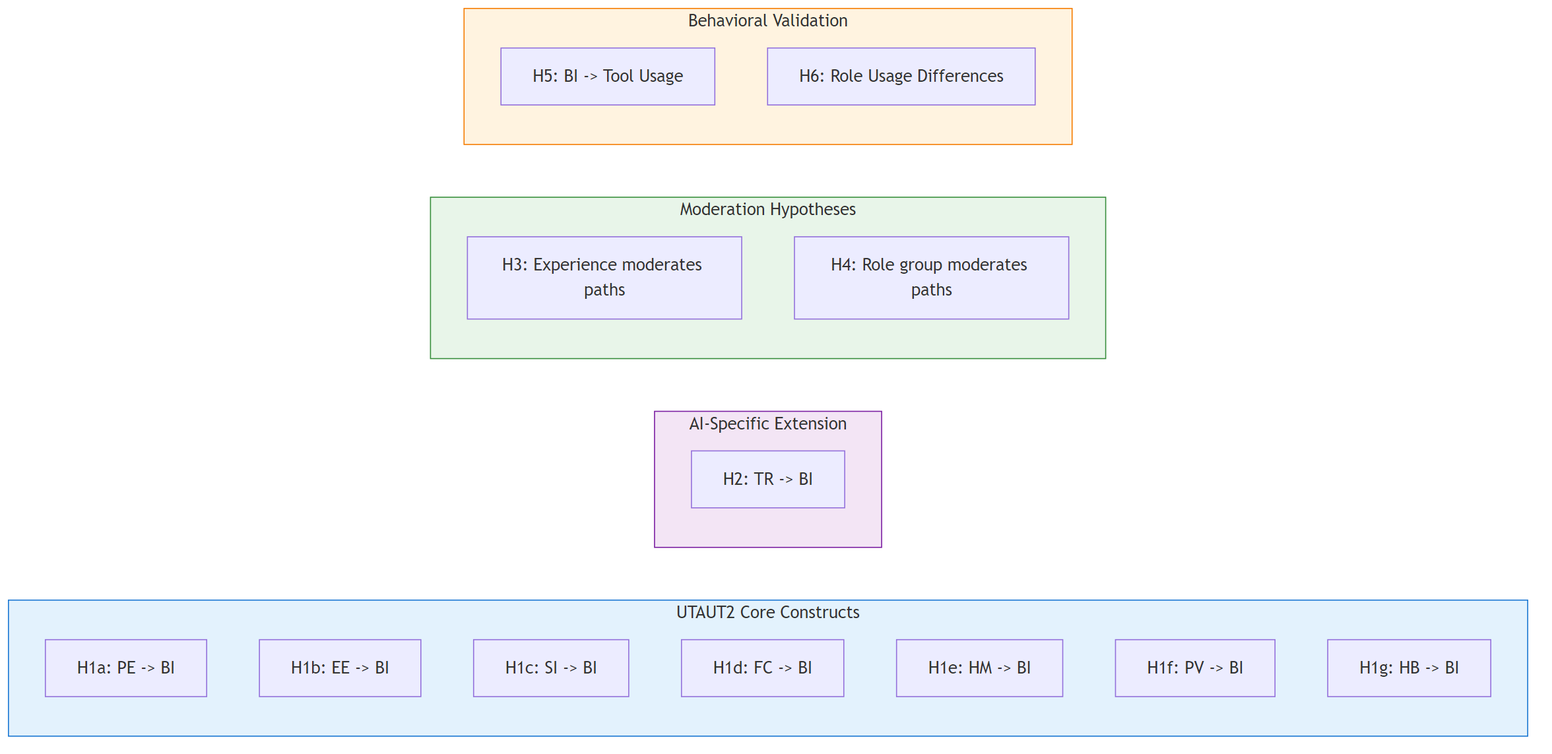
This is thesis-v2/output/mermaid/02_literature_review_diagram_2.png from fabioc-aloha/AIRS_Data_Analysis, a Mermaid export, as it was before one commit. Its source is kept beside it as thesis-v2/output/mermaid/02_literature_review_diagram_2.mmd.
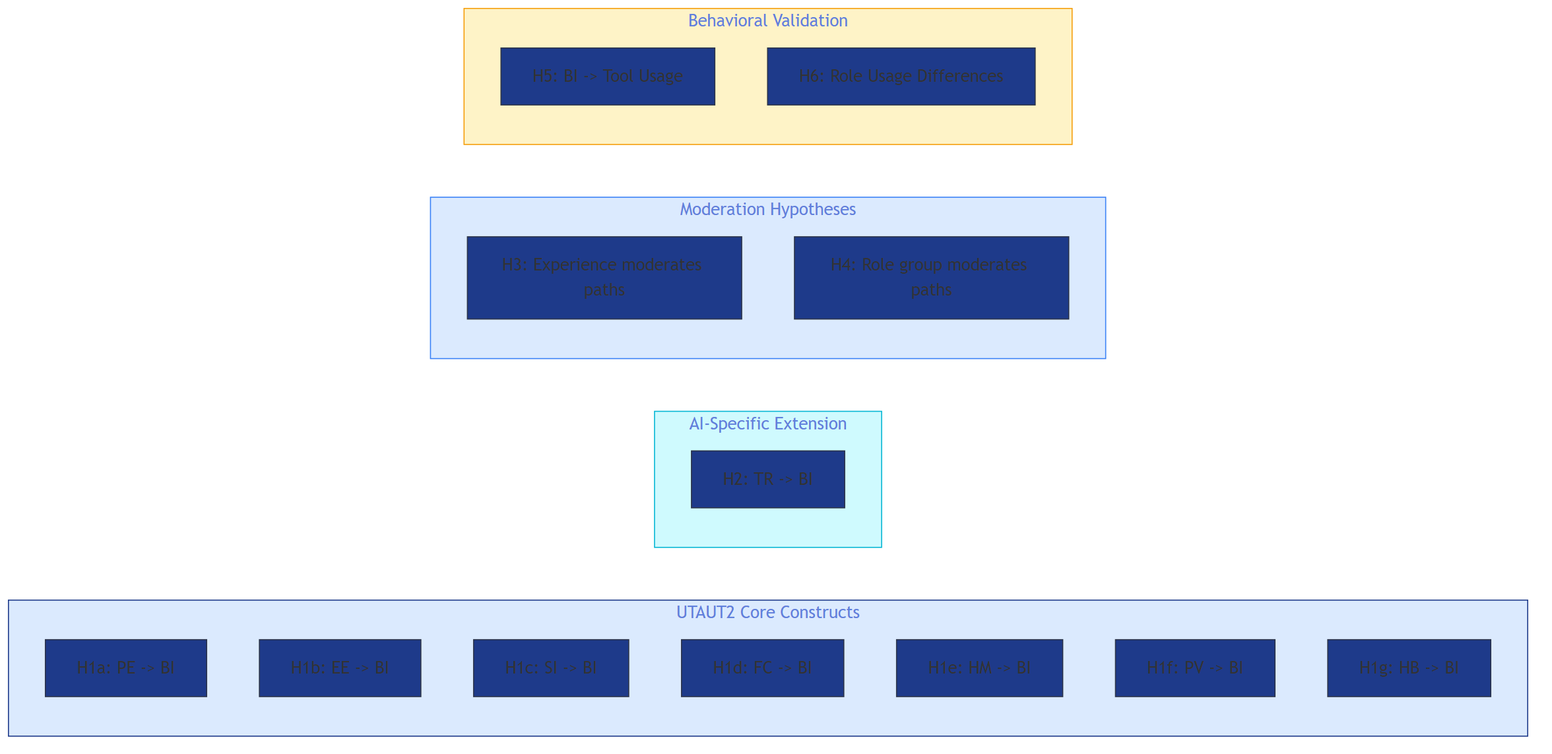
After the commit.

Change to the diagram source:
```diff
@@ -1,3 +1,4 @@
+%%{init: {'theme': 'base', 'themeVariables': {'primaryColor': '#1e3a8a', 'lineColor': '#3b82f6'}}}%%
 flowchart LR
     subgraph UTAUT2["UTAUT2 Core Constructs"]
         H1a["H1a: PE -> BI"]
@@ -23,7 +24,7 @@
         H6["H6: Role Usage Differences"]
     end
 
-    style UTAUT2 fill:#e3f2fd,stroke:#1976d2
-    style AIExtension fill:#f3e5f5,stroke:#7b1fa2
-    style Moderation fill:#e8f5e9,stroke:#388e3c
-    style Validation fill:#fff3e0,stroke:#f57c00
+    style UTAUT2 fill:#dbeafe,stroke:#1e3a8a
+    style AIExtension fill:#cffafe,stroke:#06b6d4
+    style Moderation fill:#dbeafe,stroke:#3b82f6
+    style Validation fill:#fef3c7,stroke:#f59e0b
```
